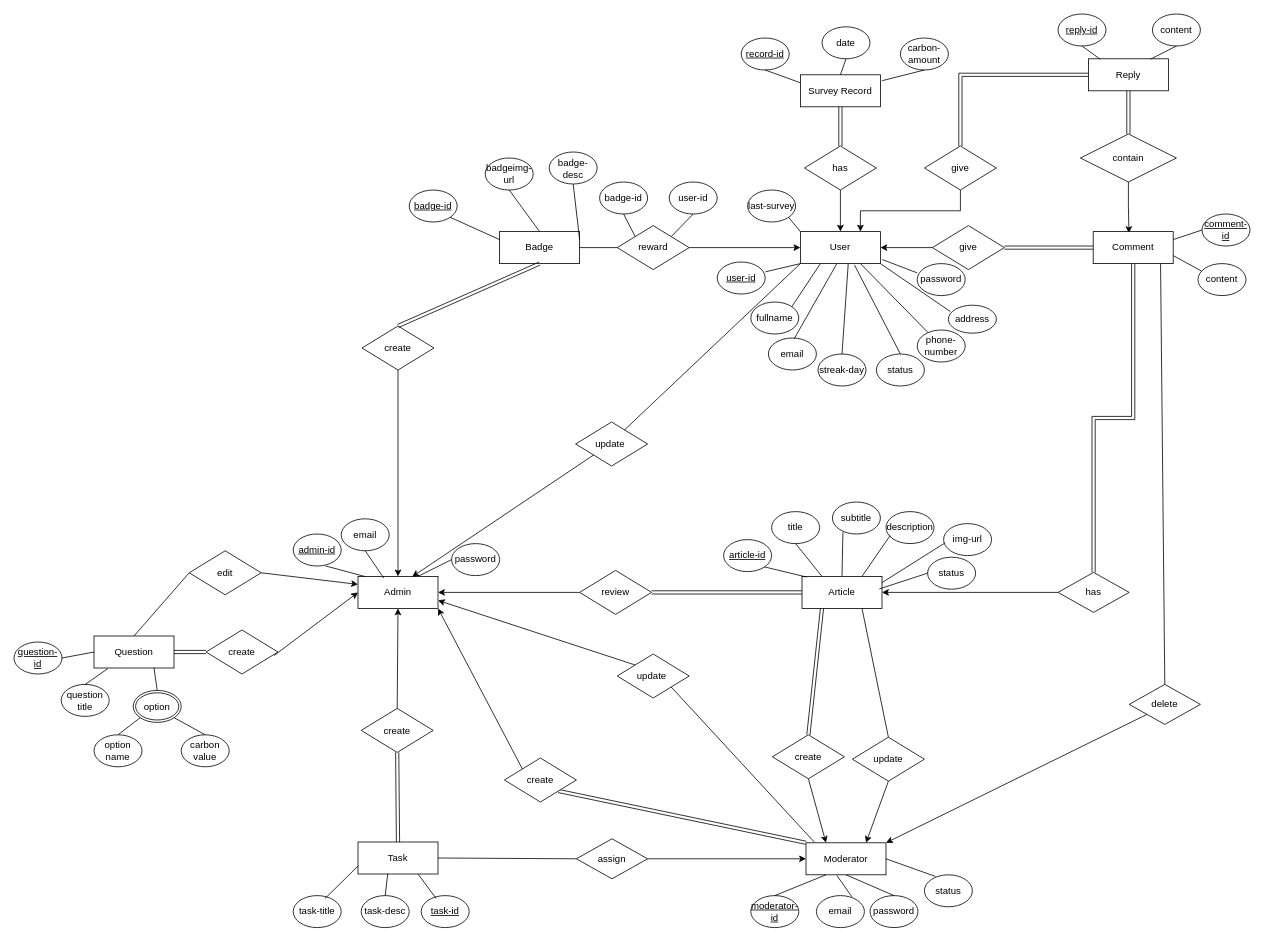
Before: carbonTracker.drawio in NoelPOS/carbon-tracker, a draw.io diagram. Source tidied: cells renumbered, new cells numbered last; positions are measured from the earlier drawing's top-left corner, leaving out a move shared by most shapes. Both pictures are drawn from the tidied source at 80%, with x=0, y=0 at pixel (14, 14).
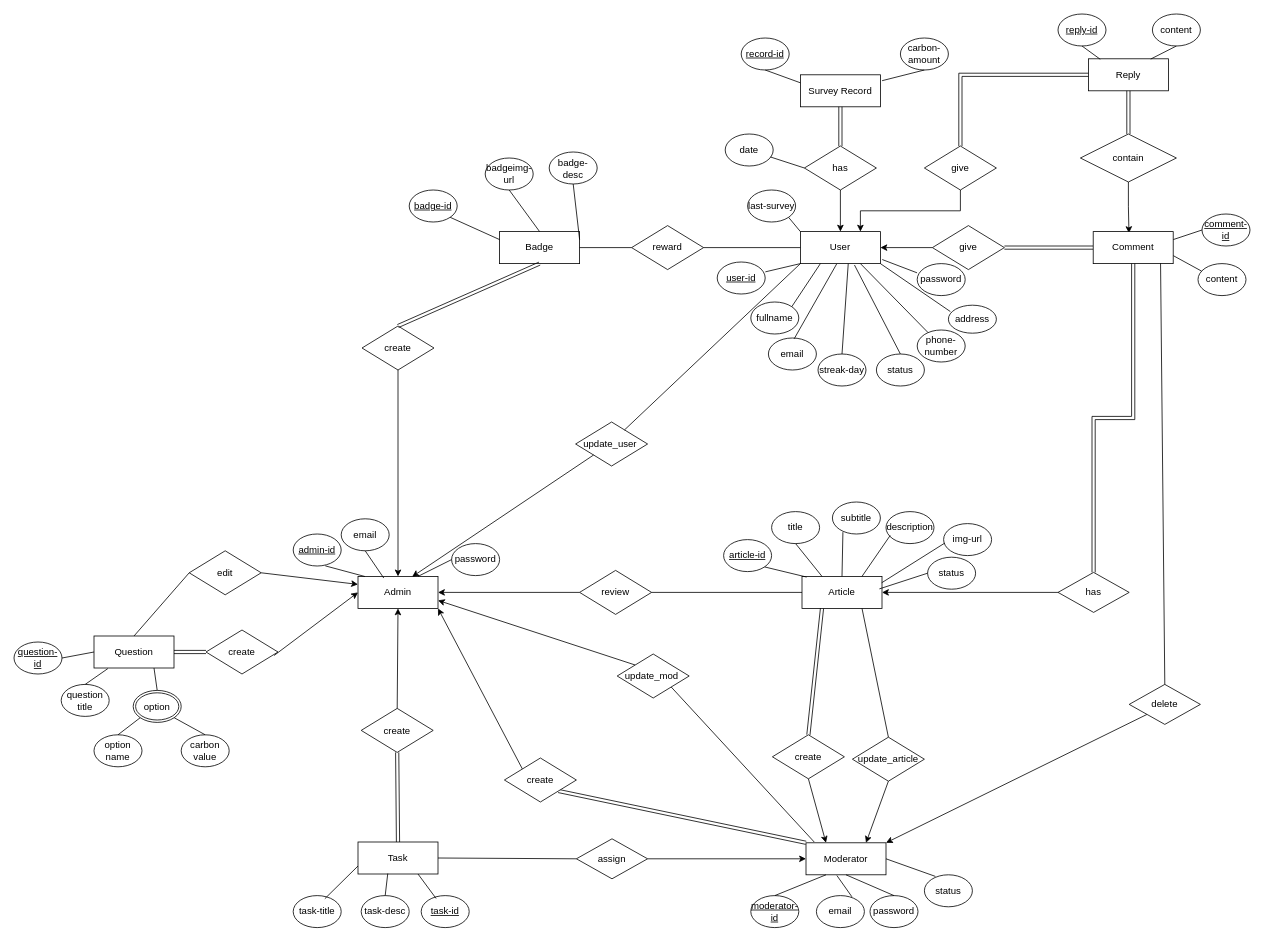
Above is the later version.

Unchanged cells that the change refers to:
```xml
<mxCell id="12" value="review" style="shape=rhombus;perimeter=rhombusPerimeter;whiteSpace=wrap;html=1;align=center;" parent="1" vertex="1">
  <mxGeometry x="707" y="695.5" width="90" height="55" as="geometry" />
</mxCell>
<mxCell id="13" value="Article" style="whiteSpace=wrap;html=1;align=center;" parent="1" vertex="1">
  <mxGeometry x="985" y="703" width="100" height="40" as="geometry" />
</mxCell>
<mxCell id="28" value="User" style="whiteSpace=wrap;html=1;align=center;" parent="1" vertex="1">
  <mxGeometry x="983" y="272" width="100" height="40" as="geometry" />
</mxCell>
<mxCell id="31" value="Survey Record" style="whiteSpace=wrap;html=1;align=center;" parent="1" vertex="1">
  <mxGeometry x="983" y="76" width="100" height="40" as="geometry" />
</mxCell>
<mxCell id="32" value="has" style="shape=rhombus;perimeter=rhombusPerimeter;whiteSpace=wrap;html=1;align=center;" parent="1" vertex="1">
  <mxGeometry x="988" y="165" width="90" height="55" as="geometry" />
</mxCell>
```

The edit, as a diff of the source:
```diff
@@
-    <mxCell id="11" style="edgeStyle=orthogonalEdgeStyle;rounded=0;jettySize=auto;html=1;exitX=1;exitY=0.5;exitDx=0;exitDy=0;entryX=0;entryY=0.5;entryDx=0;entryDy=0;shape=link;" parent="1" edge="1" source="12" target="13">
-      <mxGeometry relative="1" as="geometry" />
-    </mxCell>
@@
-    <mxCell id="20" value="update" style="shape=rhombus;perimeter=rhombusPerimeter;whiteSpace=wrap;html=1;align=center;" parent="1" vertex="1">
+    <mxCell id="20" value="update_article" style="shape=rhombus;perimeter=rhombusPerimeter;whiteSpace=wrap;html=1;align=center;" parent="1" vertex="1">
       <mxGeometry x="1048" y="904" width="90" height="55" as="geometry" />
     </mxCell>
@@
-    <mxCell id="29" style="edgeStyle=orthogonalEdgeStyle;rounded=0;jettySize=auto;html=1;exitX=1;exitY=0.5;exitDx=0;exitDy=0;entryX=0;entryY=0.5;entryDx=0;entryDy=0;" parent="1" edge="1" source="30" target="28">
-      <mxGeometry relative="1" as="geometry" />
-    </mxCell>
     <mxCell id="30" value="reward" style="shape=rhombus;perimeter=rhombusPerimeter;whiteSpace=wrap;html=1;align=center;" parent="1" vertex="1">
-      <mxGeometry x="754" y="264.5" width="90" height="55" as="geometry" />
+      <mxGeometry x="772" y="264.5" width="90" height="55" as="geometry" />
     </mxCell>
@@
     <mxCell id="121" value="date" style="ellipse;whiteSpace=wrap;html=1;align=center;" parent="1" vertex="1">
-      <mxGeometry x="1010" y="16" width="60" height="40" as="geometry" />
+      <mxGeometry x="889" y="150" width="60" height="40" as="geometry" />
     </mxCell>
-    <mxCell id="122" style="endArrow=none;html=1;rounded=0;entryX=0.5;entryY=1;entryDx=0;entryDy=0;exitX=0.5;exitY=0;exitDx=0;exitDy=0;" parent="1" edge="1" source="31" target="121">
+    <mxCell id="122" style="endArrow=none;html=1;rounded=0;entryX=0.943;entryY=0.718;entryDx=0;entryDy=0;exitX=0;exitY=0.5;exitDx=0;exitDy=0;entryPerimeter=0;" parent="1" edge="1" source="32" target="121">
       <mxGeometry relative="1" as="geometry" />
     </mxCell>
@@
-    <mxCell id="125" value="update&amp;nbsp;" style="shape=rhombus;perimeter=rhombusPerimeter;whiteSpace=wrap;html=1;align=center;" parent="1" vertex="1">
+    <mxCell id="125" value="update_mod&amp;nbsp;" style="shape=rhombus;perimeter=rhombusPerimeter;whiteSpace=wrap;html=1;align=center;" parent="1" vertex="1">
       <mxGeometry x="754" y="800" width="90" height="55" as="geometry" />
     </mxCell>
-    <mxCell id="126" value="update&amp;nbsp;" style="shape=rhombus;perimeter=rhombusPerimeter;whiteSpace=wrap;html=1;align=center;" parent="1" vertex="1">
+    <mxCell id="126" value="update_user&amp;nbsp;" style="shape=rhombus;perimeter=rhombusPerimeter;whiteSpace=wrap;html=1;align=center;" parent="1" vertex="1">
       <mxGeometry x="702" y="510" width="90" height="55" as="geometry" />
     </mxCell>
@@
-    <mxCell id="145" value="badge-id" style="ellipse;whiteSpace=wrap;html=1;align=center;" parent="1" vertex="1">
-      <mxGeometry x="732" y="210" width="60" height="40" as="geometry" />
-    </mxCell>
-    <mxCell id="146" value="user-id" style="ellipse;whiteSpace=wrap;html=1;align=center;" parent="1" vertex="1">
-      <mxGeometry x="819" y="210" width="60" height="40" as="geometry" />
-    </mxCell>
-    <mxCell id="147" style="endArrow=none;html=1;rounded=0;entryX=0.5;entryY=1;entryDx=0;entryDy=0;exitX=1;exitY=0;exitDx=0;exitDy=0;" parent="1" edge="1" source="30" target="146">
-      <mxGeometry relative="1" as="geometry" />
-    </mxCell>
-    <mxCell id="148" style="endArrow=none;html=1;rounded=0;entryX=0.5;entryY=1;entryDx=0;entryDy=0;exitX=0;exitY=0;exitDx=0;exitDy=0;" parent="1" edge="1" source="30" target="145">
-      <mxGeometry relative="1" as="geometry" />
-    </mxCell>
@@
+    <mxCell id="29" style="endArrow=none;html=1;rounded=0;entryX=0;entryY=0.5;entryDx=0;entryDy=0;exitX=1;exitY=0.5;exitDx=0;exitDy=0;" parent="1" edge="1" source="30" target="28">
+      <mxGeometry relative="1" as="geometry" />
+    </mxCell>
+    <mxCell id="11" style="endArrow=none;html=1;rounded=0;entryX=0;entryY=0.5;entryDx=0;entryDy=0;exitX=1;exitY=0.5;exitDx=0;exitDy=0;" parent="1" edge="1" source="12" target="13">
+      <mxGeometry relative="1" as="geometry" />
+    </mxCell>
```
